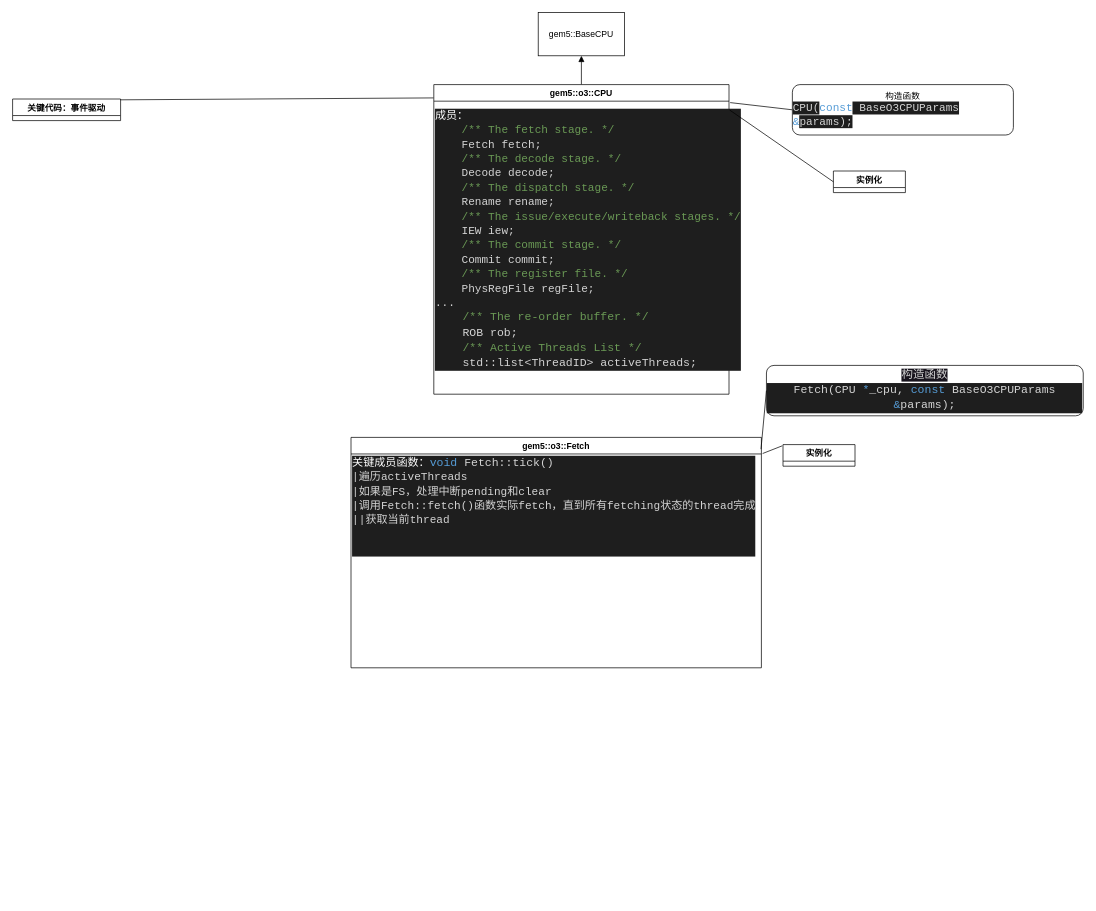
Above: page "第 1 页" (1 of 2) of learningNote/note.drawio in matchchen/gem5 (draw.io), before the change. Source tidied: cells renumbered, new cells numbered last; positions are measured from the earlier drawing's top-left corner, leaving out a move shared by most shapes. Both pictures are drawn from the tidied source at 72%, with x=0, y=0 at pixel (12, 12).
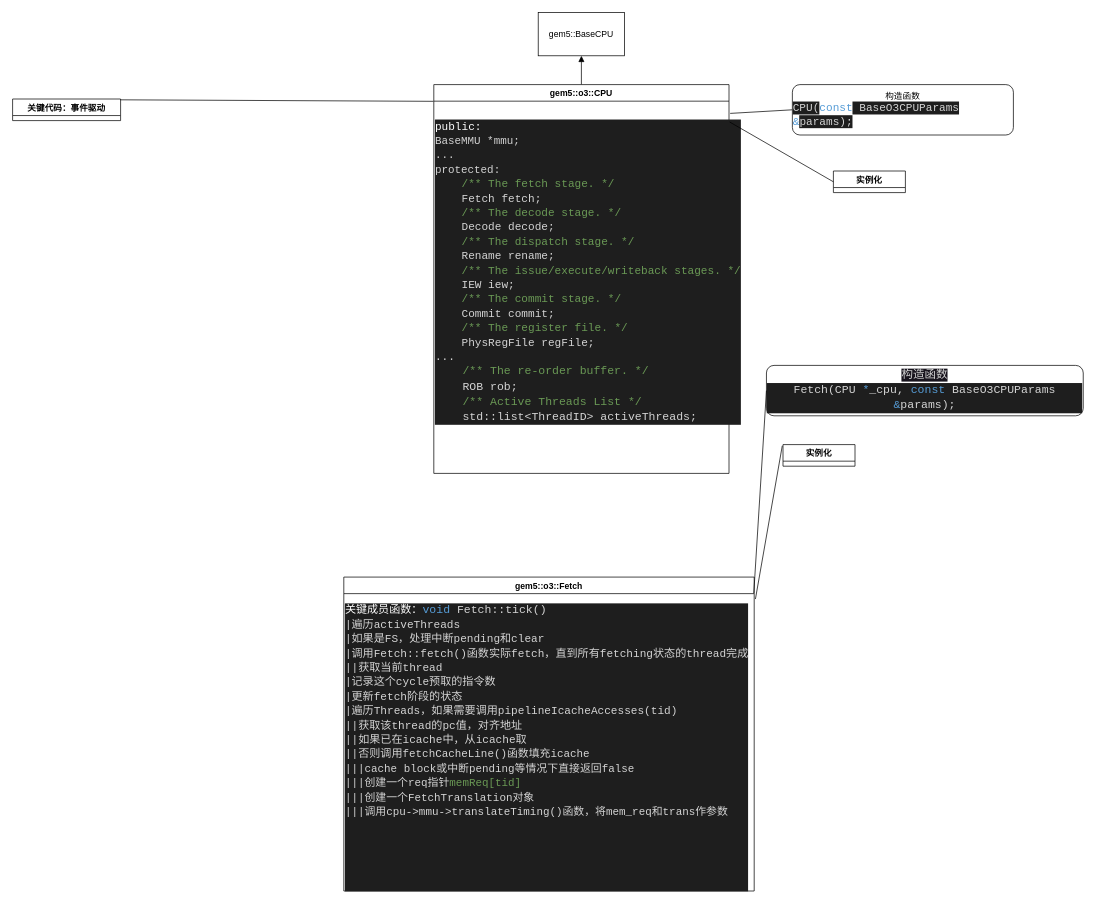
The same diagram, later.

What changed in the source:
```diff
@@
 <mxGraphModel>
   <root>
     <mxCell id="0" />
     <mxCell id="1" parent="0" />
     <mxCell id="2" style="edgeStyle=none;html=1;exitX=0.5;exitY=0;exitDx=0;exitDy=0;entryX=0.5;entryY=1;entryDx=0;entryDy=0;endArrow=block;endFill=1;" parent="1" edge="1" source="6" target="4">
       <mxGeometry relative="1" as="geometry" />
     </mxCell>
     <mxCell id="3" style="edgeStyle=none;html=1;entryX=0;entryY=0.5;entryDx=0;entryDy=0;startArrow=none;startFill=0;endArrow=none;endFill=0;exitX=1.004;exitY=0;exitDx=0;exitDy=0;exitPerimeter=0;" parent="1" edge="1" source="7" target="5">
       <mxGeometry relative="1" as="geometry" />
     </mxCell>
     <mxCell id="4" value="gem5::BaseCPU" style="rounded=0;whiteSpace=wrap;html=1;" parent="1" vertex="1">
       <mxGeometry x="730" width="120" height="60" as="geometry" />
     </mxCell>
     <mxCell id="5" value="构造函数&lt;br&gt;&lt;div style=&quot;text-align: left;&quot;&gt;&lt;span style=&quot;background-color: rgb(30, 30, 30); color: rgb(212, 212, 212); font-family: Consolas, &amp;quot;Courier New&amp;quot;, monospace; font-size: 15.4px;&quot;&gt;CPU(&lt;/span&gt;&lt;span style=&quot;background-color: initial; font-family: Consolas, &amp;quot;Courier New&amp;quot;, monospace; font-size: 15.4px; color: rgb(86, 156, 214);&quot;&gt;const&lt;/span&gt;&lt;span style=&quot;background-color: rgb(30, 30, 30); color: rgb(212, 212, 212); font-family: Consolas, &amp;quot;Courier New&amp;quot;, monospace; font-size: 15.4px;&quot;&gt; BaseO3CPUParams &lt;/span&gt;&lt;span style=&quot;background-color: initial; font-family: Consolas, &amp;quot;Courier New&amp;quot;, monospace; font-size: 15.4px; color: rgb(86, 156, 214);&quot;&gt;&amp;amp;&lt;/span&gt;&lt;span style=&quot;background-color: rgb(30, 30, 30); color: rgb(212, 212, 212); font-family: Consolas, &amp;quot;Courier New&amp;quot;, monospace; font-size: 15.4px;&quot;&gt;params);&lt;/span&gt;&lt;/div&gt;" style="rounded=1;whiteSpace=wrap;html=1;" parent="1" vertex="1">
       <mxGeometry x="1083" y="100" width="307" height="70" as="geometry" />
     </mxCell>
     <mxCell id="6" value="gem5::o3::CPU" style="swimlane;startSize=23;" parent="1" vertex="1">
-      <mxGeometry x="585" y="100" width="410" height="430" as="geometry" />
+      <mxGeometry x="585" y="100" width="410" height="540" as="geometry" />
     </mxCell>
-    <mxCell id="7" value="&lt;div style=&quot;background-color: rgb(30, 30, 30); font-family: Consolas, &amp;quot;Courier New&amp;quot;, monospace; font-size: 15.4px; line-height: 20px;&quot;&gt;&lt;div style=&quot;&quot;&gt;&lt;font color=&quot;#ffffff&quot;&gt;成员：&lt;/font&gt;&lt;/div&gt;&lt;div style=&quot;color: rgb(212, 212, 212);&quot;&gt;&lt;span style=&quot;color: #6a9955;&quot;&gt;&amp;nbsp; &amp;nbsp; /** The fetch stage. */&lt;/span&gt;&lt;/div&gt;&lt;div style=&quot;color: rgb(212, 212, 212);&quot;&gt;&amp;nbsp; &amp;nbsp; Fetch fetch;&lt;/div&gt;&lt;div style=&quot;color: rgb(212, 212, 212);&quot;&gt;&lt;span style=&quot;color: #6a9955;&quot;&gt;&amp;nbsp; &amp;nbsp; /** The decode stage. */&lt;/span&gt;&lt;/div&gt;&lt;div style=&quot;color: rgb(212, 212, 212);&quot;&gt;&amp;nbsp; &amp;nbsp; Decode decode;&lt;/div&gt;&lt;div style=&quot;color: rgb(212, 212, 212);&quot;&gt;&lt;span style=&quot;color: #6a9955;&quot;&gt;&amp;nbsp; &amp;nbsp; /** The dispatch stage. */&lt;/span&gt;&lt;/div&gt;&lt;div style=&quot;color: rgb(212, 212, 212);&quot;&gt;&amp;nbsp; &amp;nbsp; Rename rename;&lt;/div&gt;&lt;div style=&quot;color: rgb(212, 212, 212);&quot;&gt;&lt;span style=&quot;color: #6a9955;&quot;&gt;&amp;nbsp; &amp;nbsp; /** The issue/execute/writeback stages. */&lt;/span&gt;&lt;/div&gt;&lt;div style=&quot;color: rgb(212, 212, 212);&quot;&gt;&amp;nbsp; &amp;nbsp; IEW iew;&lt;/div&gt;&lt;div style=&quot;color: rgb(212, 212, 212);&quot;&gt;&lt;span style=&quot;color: #6a9955;&quot;&gt;&amp;nbsp; &amp;nbsp; /** The commit stage. */&lt;/span&gt;&lt;/div&gt;&lt;div style=&quot;color: rgb(212, 212, 212);&quot;&gt;&amp;nbsp; &amp;nbsp; Commit commit;&lt;/div&gt;&lt;div style=&quot;color: rgb(212, 212, 212);&quot;&gt;&lt;span style=&quot;color: #6a9955;&quot;&gt;&amp;nbsp; &amp;nbsp; /** The register file. */&lt;/span&gt;&lt;/div&gt;&lt;div style=&quot;color: rgb(212, 212, 212);&quot;&gt;&amp;nbsp; &amp;nbsp; PhysRegFile regFile;&lt;/div&gt;&lt;div style=&quot;color: rgb(212, 212, 212);&quot;&gt;...&lt;/div&gt;&lt;div style=&quot;color: rgb(212, 212, 212);&quot;&gt;&lt;div style=&quot;font-size: 15.96px; line-height: 21px;&quot;&gt;&lt;div&gt;&lt;span style=&quot;color: #6a9955;&quot;&gt;&amp;nbsp; &amp;nbsp; /** The re-order buffer. */&lt;/span&gt;&lt;/div&gt;&lt;div&gt;&amp;nbsp; &amp;nbsp; ROB rob;&lt;/div&gt;&lt;div&gt;&lt;span style=&quot;color: #6a9955;&quot;&gt;&amp;nbsp; &amp;nbsp; /** Active Threads List */&lt;/span&gt;&lt;/div&gt;&lt;div&gt;&amp;nbsp; &amp;nbsp; std::list&amp;lt;ThreadID&amp;gt; activeThreads;&lt;/div&gt;&lt;/div&gt;&lt;/div&gt;&lt;/div&gt;" style="text;html=1;align=left;verticalAlign=middle;points=[];strokeColor=none;fillColor=none;" parent="6" vertex="1">
-      <mxGeometry y="25" width="410" height="380" as="geometry" />
+    <mxCell id="7" value="&lt;div style=&quot;background-color: rgb(30, 30, 30); font-family: Consolas, &amp;quot;Courier New&amp;quot;, monospace; font-size: 15.4px; line-height: 20px;&quot;&gt;&lt;div style=&quot;&quot;&gt;&lt;span style=&quot;color: rgb(255, 255, 255);&quot;&gt;public:&lt;/span&gt;&lt;br&gt;&lt;/div&gt;&lt;div style=&quot;&quot;&gt;&lt;div style=&quot;color: rgb(212, 212, 212); font-size: 15.12px; line-height: 20px;&quot;&gt;BaseMMU *mmu;&lt;/div&gt;&lt;div style=&quot;color: rgb(212, 212, 212); font-size: 15.12px; line-height: 20px;&quot;&gt;...&lt;/div&gt;&lt;div style=&quot;color: rgb(212, 212, 212); font-size: 15.12px; line-height: 20px;&quot;&gt;protected:&lt;/div&gt;&lt;/div&gt;&lt;div style=&quot;color: rgb(212, 212, 212);&quot;&gt;&lt;span style=&quot;color: #6a9955;&quot;&gt;&amp;nbsp; &amp;nbsp; /** The fetch stage. */&lt;/span&gt;&lt;/div&gt;&lt;div style=&quot;color: rgb(212, 212, 212);&quot;&gt;&amp;nbsp; &amp;nbsp; Fetch fetch;&lt;/div&gt;&lt;div style=&quot;color: rgb(212, 212, 212);&quot;&gt;&lt;span style=&quot;color: #6a9955;&quot;&gt;&amp;nbsp; &amp;nbsp; /** The decode stage. */&lt;/span&gt;&lt;/div&gt;&lt;div style=&quot;color: rgb(212, 212, 212);&quot;&gt;&amp;nbsp; &amp;nbsp; Decode decode;&lt;/div&gt;&lt;div style=&quot;color: rgb(212, 212, 212);&quot;&gt;&lt;span style=&quot;color: #6a9955;&quot;&gt;&amp;nbsp; &amp;nbsp; /** The dispatch stage. */&lt;/span&gt;&lt;/div&gt;&lt;div style=&quot;color: rgb(212, 212, 212);&quot;&gt;&amp;nbsp; &amp;nbsp; Rename rename;&lt;/div&gt;&lt;div style=&quot;color: rgb(212, 212, 212);&quot;&gt;&lt;span style=&quot;color: #6a9955;&quot;&gt;&amp;nbsp; &amp;nbsp; /** The issue/execute/writeback stages. */&lt;/span&gt;&lt;/div&gt;&lt;div style=&quot;color: rgb(212, 212, 212);&quot;&gt;&amp;nbsp; &amp;nbsp; IEW iew;&lt;/div&gt;&lt;div style=&quot;color: rgb(212, 212, 212);&quot;&gt;&lt;span style=&quot;color: #6a9955;&quot;&gt;&amp;nbsp; &amp;nbsp; /** The commit stage. */&lt;/span&gt;&lt;/div&gt;&lt;div style=&quot;color: rgb(212, 212, 212);&quot;&gt;&amp;nbsp; &amp;nbsp; Commit commit;&lt;/div&gt;&lt;div style=&quot;color: rgb(212, 212, 212);&quot;&gt;&lt;span style=&quot;color: #6a9955;&quot;&gt;&amp;nbsp; &amp;nbsp; /** The register file. */&lt;/span&gt;&lt;/div&gt;&lt;div style=&quot;color: rgb(212, 212, 212);&quot;&gt;&amp;nbsp; &amp;nbsp; PhysRegFile regFile;&lt;/div&gt;&lt;div style=&quot;color: rgb(212, 212, 212);&quot;&gt;...&lt;/div&gt;&lt;div style=&quot;color: rgb(212, 212, 212);&quot;&gt;&lt;div style=&quot;font-size: 15.96px; line-height: 21px;&quot;&gt;&lt;div&gt;&lt;span style=&quot;color: #6a9955;&quot;&gt;&amp;nbsp; &amp;nbsp; /** The re-order buffer. */&lt;/span&gt;&lt;/div&gt;&lt;div&gt;&amp;nbsp; &amp;nbsp; ROB rob;&lt;/div&gt;&lt;div&gt;&lt;span style=&quot;color: #6a9955;&quot;&gt;&amp;nbsp; &amp;nbsp; /** Active Threads List */&lt;/span&gt;&lt;/div&gt;&lt;div&gt;&amp;nbsp; &amp;nbsp; std::list&amp;lt;ThreadID&amp;gt; activeThreads;&lt;/div&gt;&lt;/div&gt;&lt;/div&gt;&lt;/div&gt;" style="text;html=1;align=left;verticalAlign=middle;points=[];strokeColor=none;fillColor=none;" parent="6" vertex="1">
+      <mxGeometry y="40" width="410" height="440" as="geometry" />
     </mxCell>
     <mxCell id="8" value="实例化" style="swimlane;startSize=23;" parent="1" vertex="1" collapsed="1">
       <mxGeometry x="1140" y="220" width="100" height="30" as="geometry" />
     </mxCell>
     <mxCell id="9" style="endArrow=none;html=1;entryX=0;entryY=0.5;entryDx=0;entryDy=0;exitX=1.002;exitY=0.027;exitDx=0;exitDy=0;exitPerimeter=0;" parent="1" edge="1" source="7" target="8">
       <mxGeometry relative="1" as="geometry" />
     </mxCell>
     <mxCell id="10" style="edgeStyle=none;html=1;exitX=1.003;exitY=0.07;exitDx=0;exitDy=0;entryX=-0.01;entryY=0.056;entryDx=0;entryDy=0;entryPerimeter=0;fontColor=#FFFFFF;endArrow=none;endFill=0;exitPerimeter=0;" parent="1" edge="1" source="11" target="15">
       <mxGeometry relative="1" as="geometry" />
     </mxCell>
     <mxCell id="11" value="gem5::o3::Fetch" style="swimlane;startSize=23;" parent="1" vertex="1">
-      <mxGeometry x="470" y="590" width="570" height="320" as="geometry" />
+      <mxGeometry x="460" y="784" width="570" height="436" as="geometry" />
     </mxCell>
-    <mxCell id="12" value="&lt;div style=&quot;background-color: rgb(30, 30, 30); font-family: Consolas, &amp;quot;Courier New&amp;quot;, monospace; font-size: 15.4px; line-height: 20px;&quot;&gt;&lt;div style=&quot;&quot;&gt;&lt;font color=&quot;#ffffff&quot;&gt;关键成员函数：&lt;/font&gt;&lt;span style=&quot;color: rgb(86, 156, 214); font-size: 15.96px;&quot;&gt;void&amp;nbsp;&lt;/span&gt;&lt;span style=&quot;color: rgb(212, 212, 212); font-size: 15.96px;&quot;&gt;Fetch::tick()&lt;/span&gt;&lt;/div&gt;&lt;div style=&quot;color: rgb(212, 212, 212);&quot;&gt;|遍历activeThreads&lt;br&gt;|如果是FS，处理中断pending和clear&lt;/div&gt;&lt;div style=&quot;color: rgb(212, 212, 212);&quot;&gt;|调用Fetch::fetch()函数实际fetch，直到所有fetching状态的thread完成&lt;/div&gt;&lt;div style=&quot;color: rgb(212, 212, 212);&quot;&gt;||获取当前thread&lt;/div&gt;&lt;div style=&quot;color: rgb(212, 212, 212);&quot;&gt;&lt;br&gt;&lt;/div&gt;&lt;div style=&quot;color: rgb(212, 212, 212);&quot;&gt;&lt;br&gt;&lt;/div&gt;&lt;/div&gt;" style="text;html=1;align=left;verticalAlign=middle;strokeColor=none;fillColor=none;" parent="11" vertex="1">
-      <mxGeometry y="20" width="570" height="150" as="geometry" />
+    <mxCell id="12" value="&lt;div style=&quot;background-color: rgb(30, 30, 30); font-family: Consolas, &amp;quot;Courier New&amp;quot;, monospace; font-size: 15.4px; line-height: 20px;&quot;&gt;&lt;div style=&quot;&quot;&gt;&lt;font color=&quot;#ffffff&quot;&gt;关键成员函数：&lt;/font&gt;&lt;span style=&quot;color: rgb(86, 156, 214); font-size: 15.96px;&quot;&gt;void&amp;nbsp;&lt;/span&gt;&lt;span style=&quot;color: rgb(212, 212, 212); font-size: 15.96px;&quot;&gt;Fetch::tick()&lt;/span&gt;&lt;/div&gt;&lt;div style=&quot;color: rgb(212, 212, 212);&quot;&gt;|遍历activeThreads&lt;br&gt;|如果是FS，处理中断pending和clear&lt;/div&gt;&lt;div style=&quot;color: rgb(212, 212, 212);&quot;&gt;|调用Fetch::fetch()函数实际fetch，直到所有fetching状态的thread完成&lt;/div&gt;&lt;div style=&quot;color: rgb(212, 212, 212);&quot;&gt;||获取当前thread&lt;/div&gt;&lt;div style=&quot;color: rgb(212, 212, 212);&quot;&gt;|记录这个cycle预取的指令数&lt;/div&gt;&lt;div style=&quot;color: rgb(212, 212, 212);&quot;&gt;|更新fetch阶段的状态&lt;/div&gt;&lt;div style=&quot;color: rgb(212, 212, 212);&quot;&gt;|遍历Threads，如果需要调用pipelineIcacheAccesses(tid)&lt;/div&gt;&lt;div style=&quot;color: rgb(212, 212, 212);&quot;&gt;||获取该thread的pc值，对齐地址&lt;br&gt;&lt;/div&gt;&lt;div style=&quot;color: rgb(212, 212, 212);&quot;&gt;||如果已在icache中，从icache取&lt;/div&gt;&lt;div style=&quot;color: rgb(212, 212, 212);&quot;&gt;||否则调用&lt;span style=&quot;font-size: 15.12px;&quot;&gt;fetchCacheLine()函数填充icache&lt;/span&gt;&lt;/div&gt;&lt;div style=&quot;color: rgb(212, 212, 212);&quot;&gt;&lt;span style=&quot;font-size: 15.12px;&quot;&gt;|||cache block或中断pending等情况下直接返回false&lt;/span&gt;&lt;/div&gt;&lt;div style=&quot;&quot;&gt;&lt;span style=&quot;color: rgb(212, 212, 212); font-size: 15.12px;&quot;&gt;|||创建一个req指针&lt;/span&gt;&lt;span style=&quot;color: rgb(106, 153, 85); font-size: 15.12px;&quot;&gt;memReq[tid]&lt;/span&gt;&lt;/div&gt;&lt;div style=&quot;&quot;&gt;&lt;span style=&quot;color: rgb(212, 212, 212); font-size: 15.12px;&quot;&gt;|||创建一个&lt;/span&gt;&lt;span style=&quot;color: rgb(212, 212, 212); font-size: 15.12px;&quot;&gt;FetchTranslation对象&lt;/span&gt;&lt;/div&gt;&lt;div style=&quot;&quot;&gt;&lt;span style=&quot;color: rgb(212, 212, 212); font-size: 15.12px;&quot;&gt;|||调用&lt;/span&gt;&lt;span style=&quot;color: rgb(212, 212, 212); font-size: 15.12px;&quot;&gt;cpu-&amp;gt;mmu-&amp;gt;translateTiming()函数，将mem_req和trans作参数&lt;/span&gt;&lt;/div&gt;&lt;div style=&quot;&quot;&gt;&lt;span style=&quot;color: rgb(212, 212, 212); font-size: 15.12px;&quot;&gt;&lt;br&gt;&lt;/span&gt;&lt;/div&gt;&lt;div style=&quot;color: rgb(212, 212, 212);&quot;&gt;&lt;br&gt;&lt;/div&gt;&lt;div style=&quot;color: rgb(212, 212, 212);&quot;&gt;&lt;br&gt;&lt;/div&gt;&lt;div style=&quot;color: rgb(212, 212, 212);&quot;&gt;&lt;br&gt;&lt;/div&gt;&lt;div style=&quot;color: rgb(212, 212, 212);&quot;&gt;&lt;br&gt;&lt;/div&gt;&lt;/div&gt;" style="text;html=1;align=left;verticalAlign=middle;strokeColor=none;fillColor=none;" parent="11" vertex="1">
+      <mxGeometry y="26" width="570" height="420" as="geometry" />
     </mxCell>
     <mxCell id="13" value="&lt;div style=&quot;color: rgb(212, 212, 212); font-family: Consolas, &amp;quot;Courier New&amp;quot;, monospace; font-size: 15.96px; line-height: 21px;&quot;&gt;&lt;span style=&quot;background-color: rgb(24, 20, 29);&quot;&gt;构造函数&lt;/span&gt;&lt;/div&gt;&lt;div style=&quot;color: rgb(212, 212, 212); background-color: rgb(30, 30, 30); font-family: Consolas, &amp;quot;Courier New&amp;quot;, monospace; font-size: 15.96px; line-height: 21px;&quot;&gt;Fetch(CPU &lt;span style=&quot;color: #569cd6;&quot;&gt;*&lt;/span&gt;_cpu, &lt;span style=&quot;color: #569cd6;&quot;&gt;const&lt;/span&gt; BaseO3CPUParams &lt;span style=&quot;color: #569cd6;&quot;&gt;&amp;amp;&lt;/span&gt;params);&lt;/div&gt;" style="rounded=1;whiteSpace=wrap;html=1;" parent="1" vertex="1">
       <mxGeometry x="1047" y="490" width="440" height="70" as="geometry" />
     </mxCell>
     <mxCell id="14" style="endArrow=none;html=1;fontColor=#FFFFFF;exitX=0.999;exitY=0.051;exitDx=0;exitDy=0;exitPerimeter=0;entryX=0;entryY=0.5;entryDx=0;entryDy=0;" parent="1" edge="1" source="11" target="13">
       <mxGeometry relative="1" as="geometry" />
     </mxCell>
     <mxCell id="15" value="实例化" style="swimlane;startSize=23;" parent="1" vertex="1" collapsed="1">
       <mxGeometry x="1070" y="600" width="100" height="30" as="geometry" />
     </mxCell>
     <mxCell id="16" value="&lt;div style=&quot;background-color: rgb(30, 30, 30); line-height: 20px;&quot;&gt;&lt;div style=&quot;background-color: rgb(42, 37, 47);&quot;&gt;&lt;div style=&quot;background-color: rgb(30, 30, 30); line-height: 20px;&quot;&gt;&lt;div style=&quot;font-size: 15.4px;&quot;&gt;&lt;br&gt;&lt;/div&gt;&lt;/div&gt;&lt;/div&gt;&lt;/div&gt;" style="text;html=1;align=center;verticalAlign=middle;strokeColor=none;fillColor=none;labelPosition=center;verticalLabelPosition=middle;" parent="1" vertex="1">
       <mxGeometry x="1365" y="635" width="20" height="30" as="geometry" />
     </mxCell>
     <mxCell id="17" value="关键代码：事件驱动" style="swimlane;startSize=23;" parent="1" vertex="1" collapsed="1">
       <mxGeometry y="120" width="150" height="30" as="geometry" />
     </mxCell>
     <mxCell id="18" style="edgeStyle=none;html=1;exitX=0.998;exitY=0.038;exitDx=0;exitDy=0;entryX=-0.001;entryY=0.043;entryDx=0;entryDy=0;entryPerimeter=0;fontColor=#FFFFFF;endArrow=none;endFill=0;exitPerimeter=0;" parent="1" edge="1" source="17" target="6">
       <mxGeometry relative="1" as="geometry" />
     </mxCell>
   </root>
 </mxGraphModel>
```
